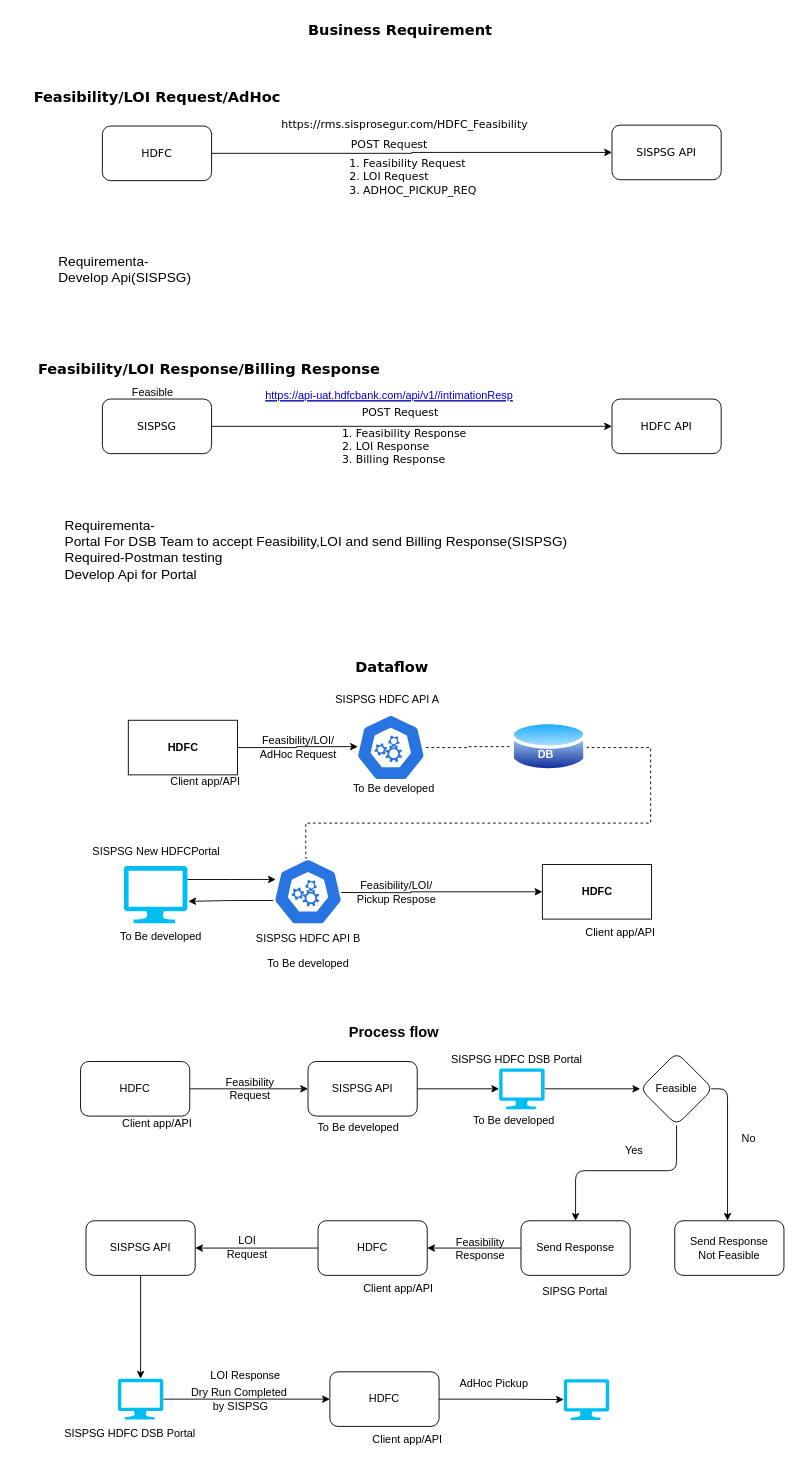
Earlier version of the draw.io diagram Hdfc.drawio (ubermachine/Drawio). Source tidied: cells renumbered, new cells numbered last; positions are measured from the earlier drawing's top-left corner, leaving out a move shared by most shapes. Both pictures are drawn from the tidied source at 91%, with x=0, y=0 at pixel (15, 15).
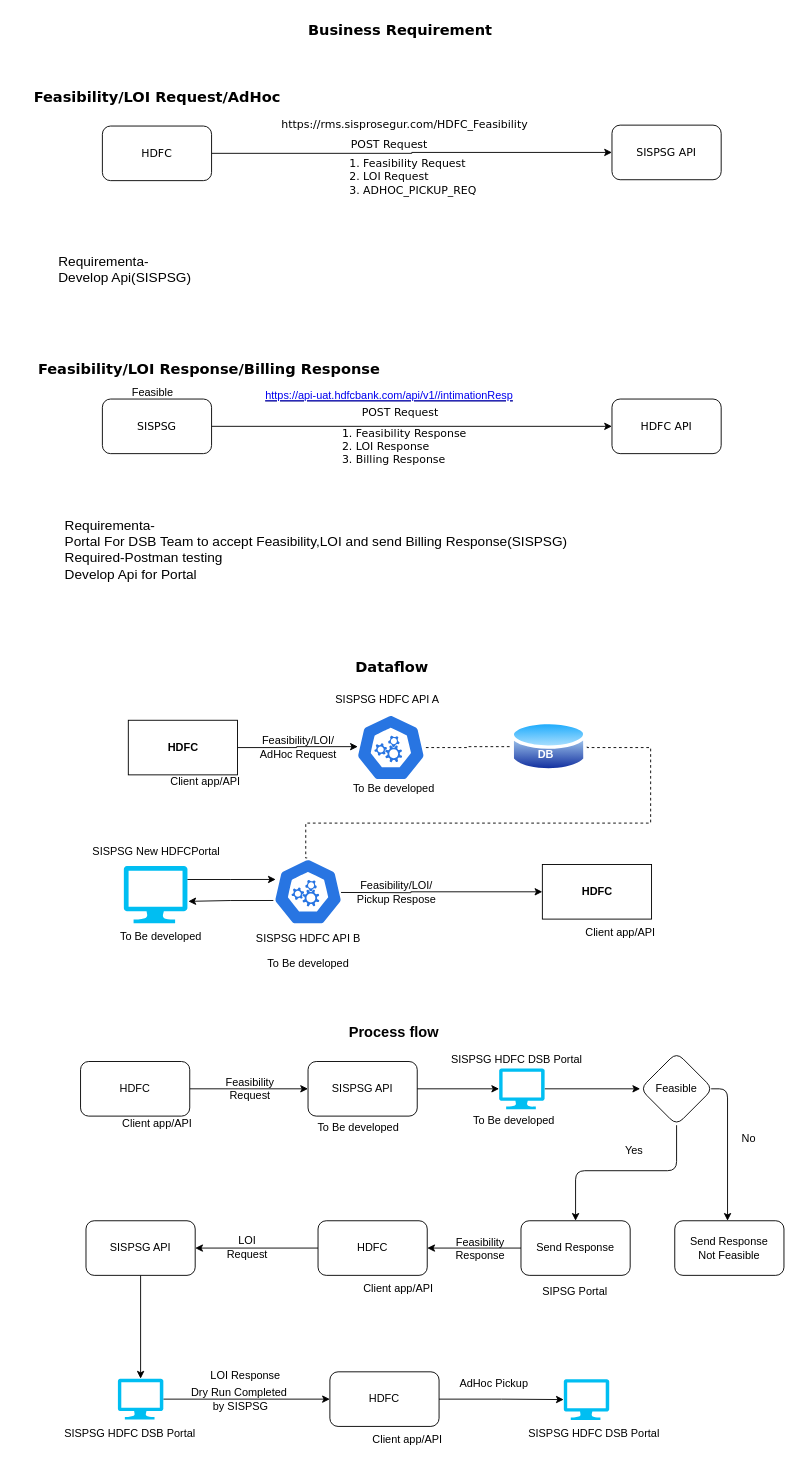
Above is the later version.

Change to the diagram source:
```diff
@@
+    <mxCell id="82" value="SISPSG HDFC DSB Portal" style="text;html=1;align=center;verticalAlign=middle;strokeColor=none;fillColor=none;" parent="1" vertex="1">
+      <mxGeometry x="550" y="1543" width="170" height="30" as="geometry" />
+    </mxCell>
```
